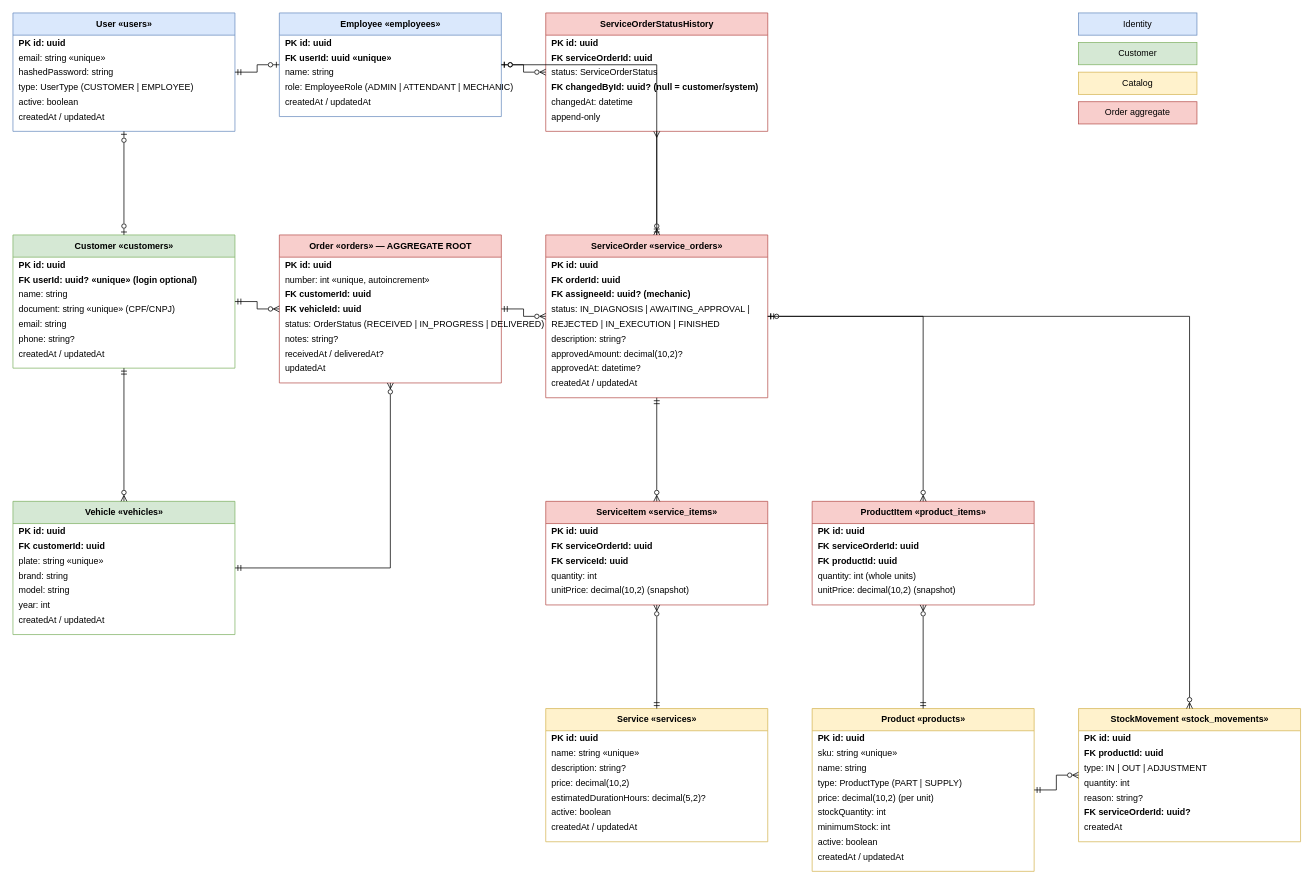
Before: docs/diagrams/database.drawio in 18-SOAT/Tech.Challenge.API, a draw.io diagram. Source tidied: cells renumbered, new cells numbered last; positions are measured from the earlier drawing's top-left corner, leaving out a move shared by most shapes. Both pictures are drawn from the tidied source at 74%, with x=0, y=0 at pixel (13, 13).
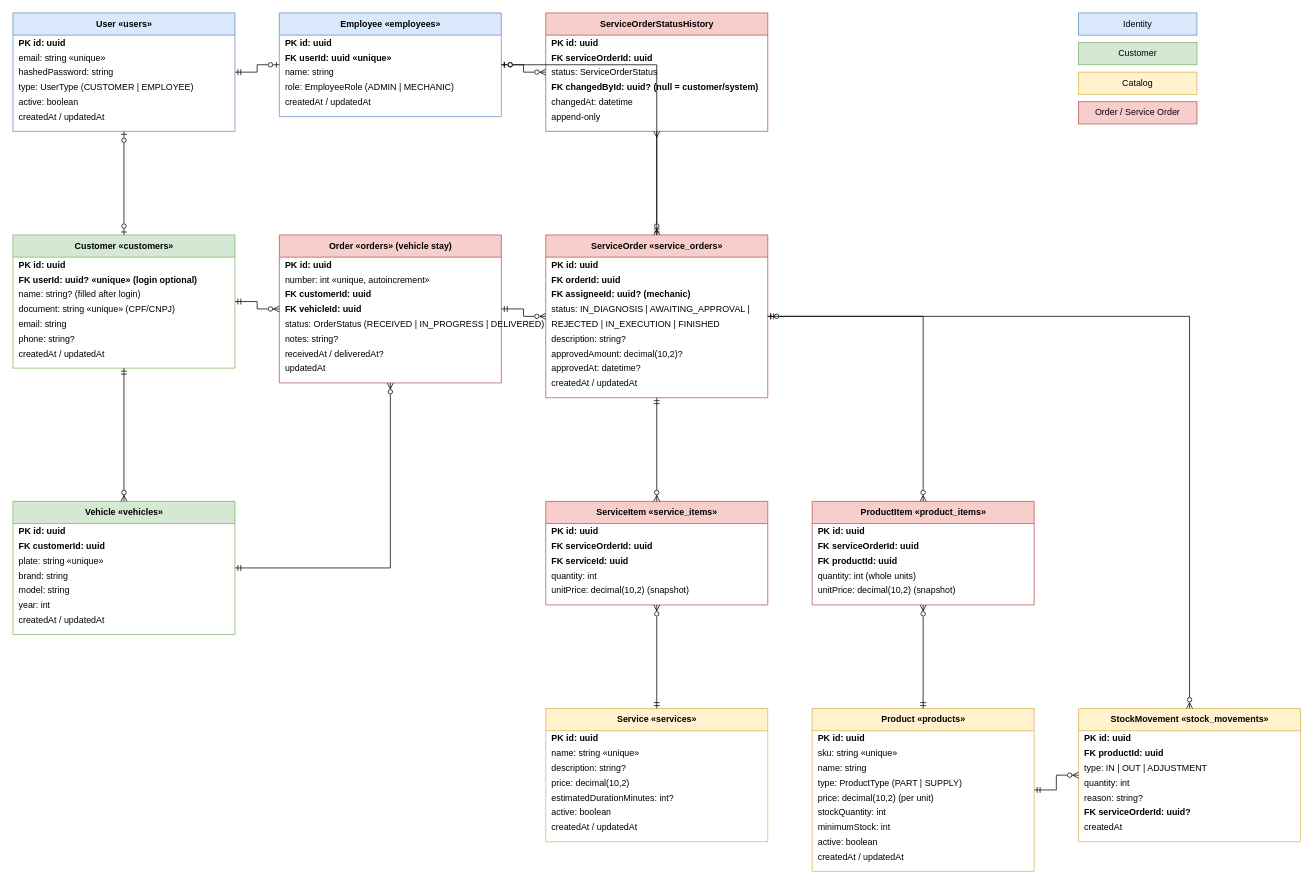
After the change.

The change refers to these unchanged cells:
```xml
<mxCell id="9" value="Employee  «employees»" style="swimlane;fontStyle=1;horizontal=1;startSize=30;fillColor=#dae8fc;strokeColor=#6c8ebf;html=1;" parent="1" vertex="1">
  <mxGeometry x="360" width="300" height="140" as="geometry" />
</mxCell>
<mxCell id="22" value="Customer  «customers»" style="swimlane;fontStyle=1;horizontal=1;startSize=30;fillColor=#d5e8d4;strokeColor=#82b366;html=1;" parent="1" vertex="1">
  <mxGeometry y="300" width="300" height="180" as="geometry" />
</mxCell>
<mxCell id="69" value="Service  «services»" style="swimlane;fontStyle=1;horizontal=1;startSize=30;fillColor=#fff2cc;strokeColor=#d6b656;html=1;" parent="1" vertex="1">
  <mxGeometry x="720" y="940" width="300" height="180" as="geometry" />
</mxCell>
```

What changed in the source:
```diff
@@
-    <mxCell id="13" value="role: EmployeeRole (ADMIN | ATTENDANT | MECHANIC)" style="text;strokeColor=none;fillColor=none;align=left;verticalAlign=middle;spacingLeft=6;html=0;" parent="9" vertex="1">
+    <mxCell id="13" value="role: EmployeeRole (ADMIN | MECHANIC)" style="text;strokeColor=none;fillColor=none;align=left;verticalAlign=middle;spacingLeft=6;html=0;" parent="9" vertex="1">
       <mxGeometry y="90" width="300" height="20" as="geometry" />
     </mxCell>
@@
-    <mxCell id="25" value="name: string" style="text;strokeColor=none;fillColor=none;align=left;verticalAlign=middle;spacingLeft=6;html=0;" parent="22" vertex="1">
+    <mxCell id="25" value="name: string? (filled after login)" style="text;strokeColor=none;fillColor=none;align=left;verticalAlign=middle;spacingLeft=6;html=0;" parent="22" vertex="1">
       <mxGeometry y="70" width="300" height="20" as="geometry" />
     </mxCell>
@@
-    <mxCell id="30" value="Order  «orders» — AGGREGATE ROOT" style="swimlane;fontStyle=1;horizontal=1;startSize=30;fillColor=#f8cecc;strokeColor=#b85450;html=1;" parent="1" vertex="1">
+    <mxCell id="30" value="Order  «orders» (vehicle stay)" style="swimlane;fontStyle=1;horizontal=1;startSize=30;fillColor=#f8cecc;strokeColor=#b85450;html=1;" parent="1" vertex="1">
       <mxGeometry x="360" y="300" width="300" height="200" as="geometry" />
     </mxCell>
@@
-    <mxCell id="74" value="estimatedDurationHours: decimal(5,2)?" style="text;strokeColor=none;fillColor=none;align=left;verticalAlign=middle;spacingLeft=6;html=0;" parent="69" vertex="1">
+    <mxCell id="74" value="estimatedDurationMinutes: int?" style="text;strokeColor=none;fillColor=none;align=left;verticalAlign=middle;spacingLeft=6;html=0;" parent="69" vertex="1">
       <mxGeometry y="110" width="300" height="20" as="geometry" />
     </mxCell>
@@
-    <mxCell id="113" value="Order aggregate" style="rounded=0;whiteSpace=wrap;html=1;fillColor=#f8cecc;strokeColor=#b85450;" parent="1" vertex="1">
+    <mxCell id="113" value="Order / Service Order" style="rounded=0;whiteSpace=wrap;html=1;fillColor=#f8cecc;strokeColor=#b85450;" parent="1" vertex="1">
       <mxGeometry x="1440" y="120" width="160" height="30" as="geometry" />
     </mxCell>
```
